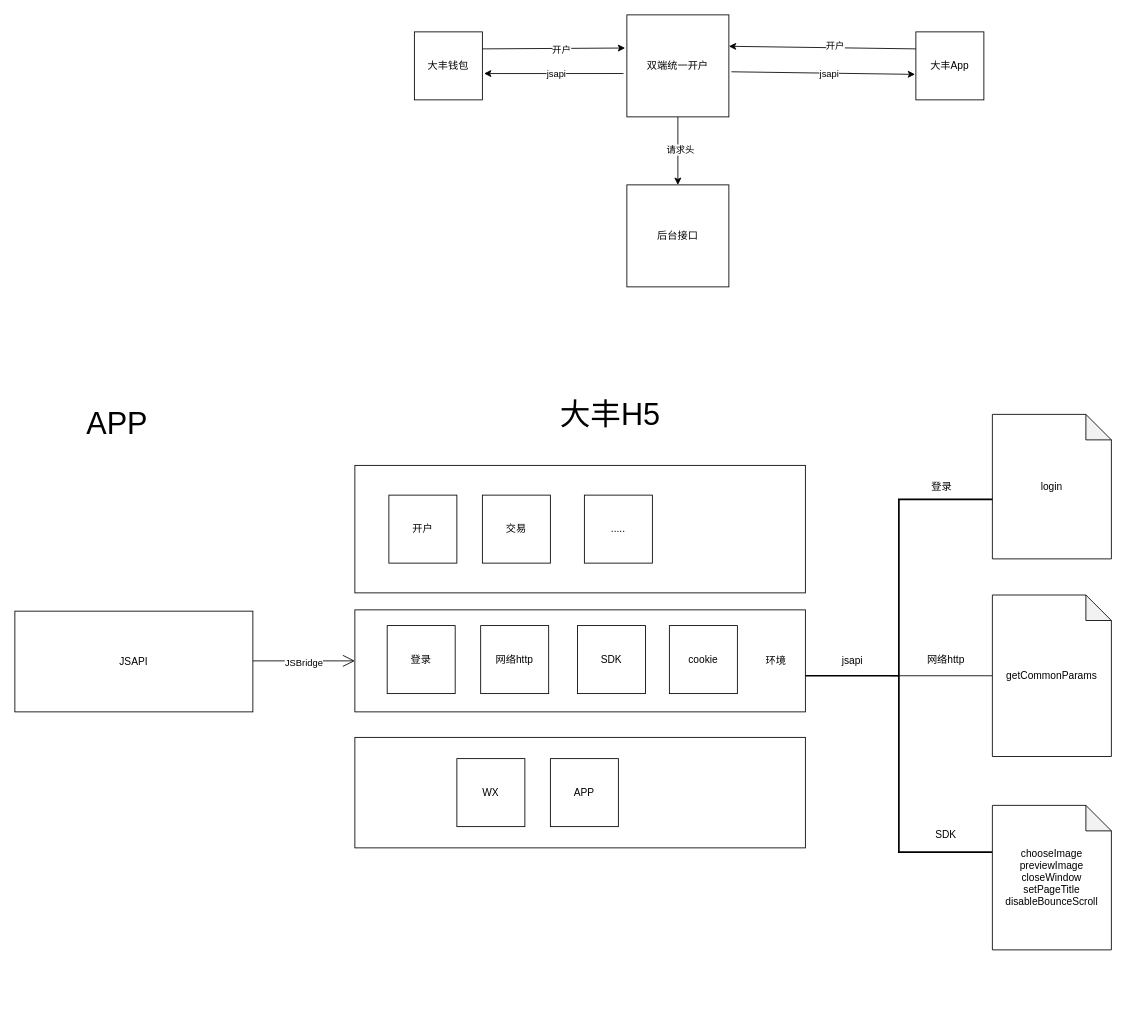
The draw.io diagram page "第 1 页" (1 of 3) of 未命名绘图.drawio in ios2014/ios--, before the edit. Source tidied: cells renumbered, new cells numbered last; positions are measured from the earlier drawing's top-left corner, leaving out a move shared by most shapes. Both pictures are drawn from the tidied source at 85%, with x=0, y=0 at pixel (14, 14).
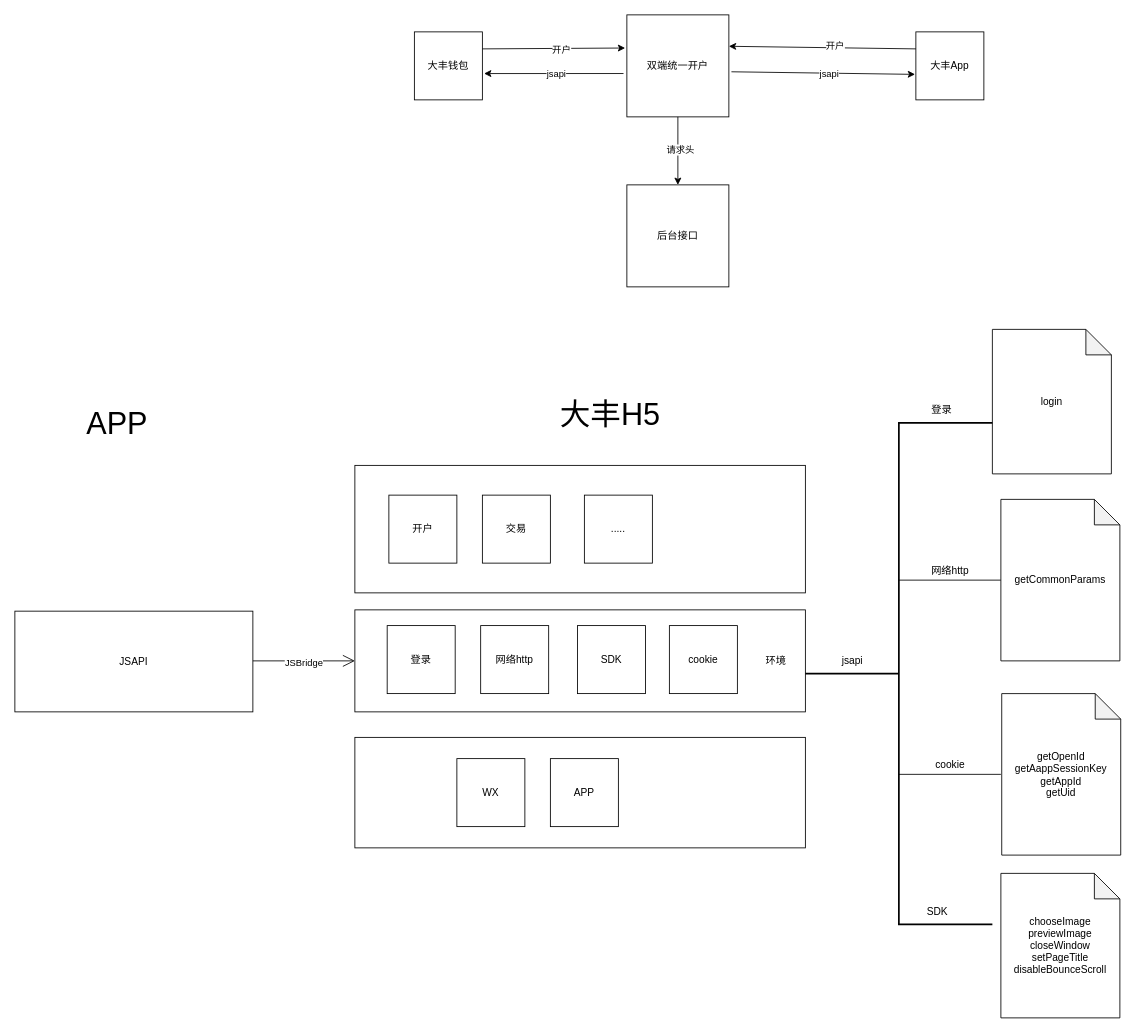
After the change.

What changed in the source:
```diff
@@
     <mxCell id="28" value="login" style="shape=note;whiteSpace=wrap;html=1;backgroundOutline=1;darkOpacity=0.05;" parent="1" vertex="1">
-      <mxGeometry x="1150" y="470" width="140" height="170" as="geometry" />
+      <mxGeometry x="1150" y="370" width="140" height="170" as="geometry" />
     </mxCell>
     <mxCell id="29" style="strokeWidth=2;html=1;shape=mxgraph.flowchart.annotation_2;align=left;labelPosition=right;" parent="1" vertex="1">
-      <mxGeometry x="930" y="570" width="220" height="415" as="geometry" />
+      <mxGeometry x="930" y="480" width="220" height="590" as="geometry" />
     </mxCell>
     <mxCell id="30" style="line;strokeWidth=1;fillColor=none;align=left;verticalAlign=middle;spacingTop=-1;spacingLeft=3;spacingRight=3;labelPosition=right;strokeColor=inherit;" parent="1" vertex="1">
-      <mxGeometry x="1030" y="773.5" width="120" height="8" as="geometry" />
+      <mxGeometry x="1040" y="661" width="120" height="8" as="geometry" />
     </mxCell>
     <mxCell id="31" value="getCommonParams" style="shape=note;whiteSpace=wrap;html=1;backgroundOutline=1;darkOpacity=0.05;" parent="1" vertex="1">
-      <mxGeometry x="1150" y="682.5" width="140" height="190" as="geometry" />
+      <mxGeometry x="1160" y="570" width="140" height="190" as="geometry" />
     </mxCell>
     <mxCell id="32" value="chooseImage&lt;br&gt;previewImage&lt;br&gt;closeWindow&lt;br&gt;setPageTitle&lt;br&gt;disableBounceScroll" style="shape=note;whiteSpace=wrap;html=1;backgroundOutline=1;darkOpacity=0.05;" parent="1" vertex="1">
-      <mxGeometry x="1150" y="930" width="140" height="170" as="geometry" />
+      <mxGeometry x="1160" y="1010" width="140" height="170" as="geometry" />
     </mxCell>
@@
     <mxCell id="34" value="登录" style="text;html=1;align=center;verticalAlign=middle;strokeColor=none;fillColor=none;" parent="1" vertex="1">
-      <mxGeometry x="1065" y="540" width="50" height="30" as="geometry" />
+      <mxGeometry x="1065" y="450" width="50" height="30" as="geometry" />
     </mxCell>
     <mxCell id="35" value="网络http" style="text;html=1;align=center;verticalAlign=middle;strokeColor=none;fillColor=none;" parent="1" vertex="1">
-      <mxGeometry x="1060" y="743.5" width="70" height="30" as="geometry" />
+      <mxGeometry x="1065" y="639" width="70" height="30" as="geometry" />
     </mxCell>
     <mxCell id="36" value="SDK" style="text;html=1;align=center;verticalAlign=middle;strokeColor=none;fillColor=none;" parent="1" vertex="1">
-      <mxGeometry x="1070" y="950" width="50" height="30" as="geometry" />
+      <mxGeometry x="1060" y="1040" width="50" height="30" as="geometry" />
     </mxCell>
@@
+    <mxCell id="43" style="line;strokeWidth=1;fillColor=none;align=left;verticalAlign=middle;spacingTop=-1;spacingLeft=3;spacingRight=3;labelPosition=right;strokeColor=inherit;" parent="1" vertex="1">
+      <mxGeometry x="1040" y="889.5" width="120" height="8" as="geometry" />
+    </mxCell>
+    <mxCell id="44" value="getOpenId&lt;br&gt;getAappSessionKey&lt;br&gt;getAppId&lt;br&gt;getUid" style="shape=note;whiteSpace=wrap;html=1;backgroundOutline=1;darkOpacity=0.05;" parent="1" vertex="1">
+      <mxGeometry x="1161" y="798.5" width="140" height="190" as="geometry" />
+    </mxCell>
+    <mxCell id="45" value="cookie" style="text;html=1;align=center;verticalAlign=middle;strokeColor=none;fillColor=none;" parent="1" vertex="1">
+      <mxGeometry x="1060" y="867.5" width="80" height="30" as="geometry" />
+    </mxCell>
```
